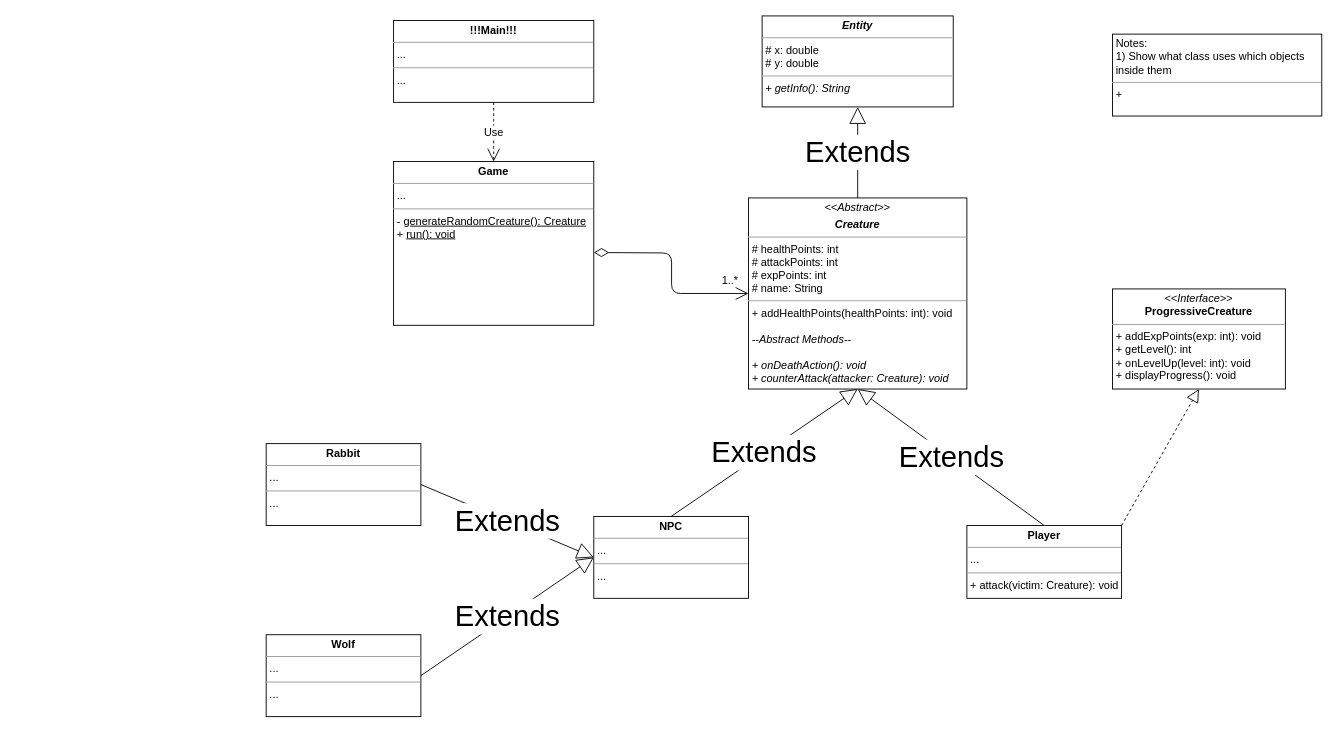
Maks0bs/OOM-game-project keeps this draw.io diagram as uml/Untitled Diagram.drawio. Above is the earlier version. Source tidied: cells renumbered, new cells numbered last; positions are measured from the earlier drawing's top-left corner, leaving out a move shared by most shapes. Both pictures are drawn from the tidied source at 91%, with x=0, y=0 at pixel (266, 15).
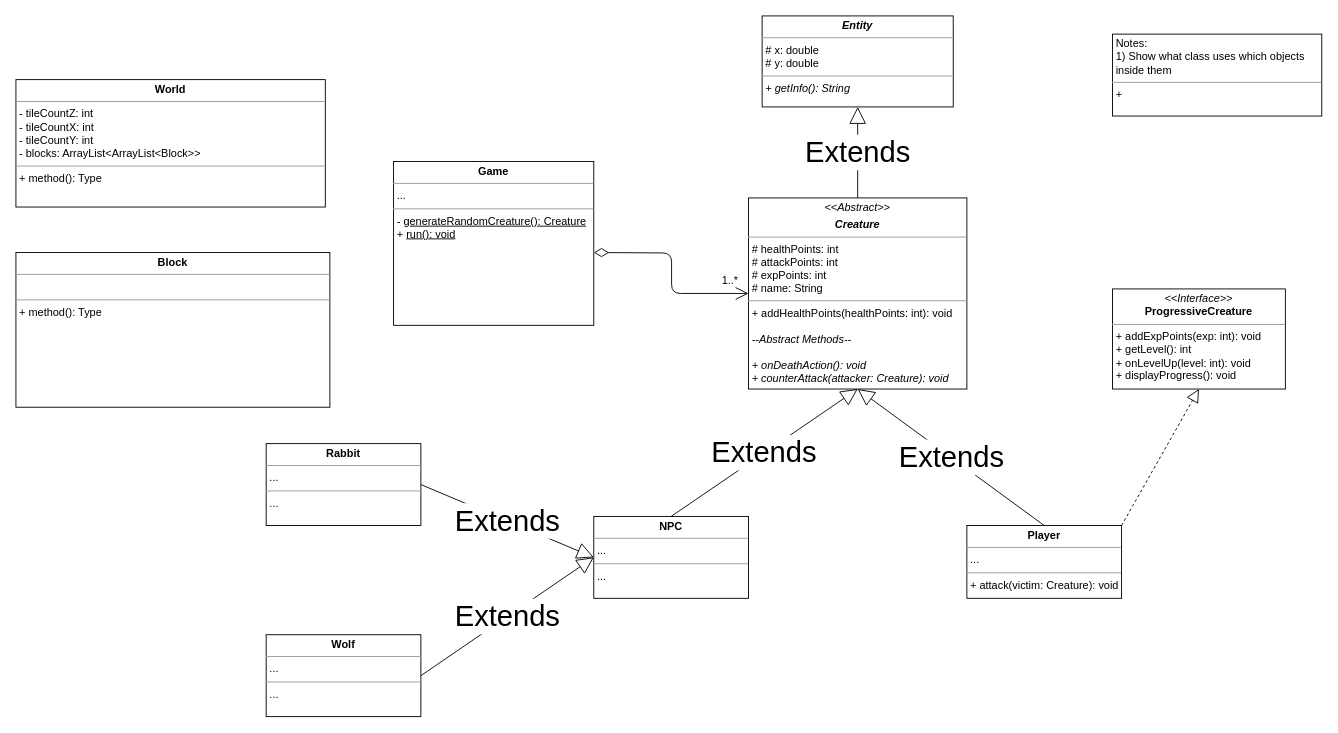
The same page after the edit.

The change refers to these unchanged cells:
```xml
<mxCell id="15" value="&lt;p style=&quot;margin: 0px ; margin-top: 4px ; text-align: center&quot;&gt;&lt;b&gt;Game&lt;/b&gt;&lt;/p&gt;&lt;hr size=&quot;1&quot;&gt;&lt;p style=&quot;margin: 0px ; margin-left: 4px&quot;&gt;...&lt;/p&gt;&lt;hr size=&quot;1&quot;&gt;&lt;p style=&quot;margin: 0px ; margin-left: 4px&quot;&gt;- &lt;u&gt;generateRandomCreature(): Creature&lt;/u&gt;&lt;/p&gt;&lt;p style=&quot;margin: 0px ; margin-left: 4px&quot;&gt;+ &lt;u&gt;run(): void&lt;/u&gt;&lt;/p&gt;" style="verticalAlign=top;align=left;overflow=fill;fontSize=12;fontFamily=Helvetica;html=1;" parent="1" vertex="1">
  <mxGeometry x="140" y="160" width="220" height="180" as="geometry" />
</mxCell>
```

The edit, as a diff of the source:
```diff
@@
-    <mxCell id="18" value="&lt;p style=&quot;margin: 0px ; margin-top: 4px ; text-align: center&quot;&gt;&lt;b&gt;!!!Main!!!&lt;/b&gt;&lt;/p&gt;&lt;hr size=&quot;1&quot;&gt;&lt;p style=&quot;margin: 0px ; margin-left: 4px&quot;&gt;...&lt;/p&gt;&lt;hr size=&quot;1&quot;&gt;&lt;p style=&quot;margin: 0px ; margin-left: 4px&quot;&gt;...&lt;/p&gt;" style="verticalAlign=top;align=left;overflow=fill;fontSize=12;fontFamily=Helvetica;html=1;" parent="1" vertex="1">
-      <mxGeometry x="140" y="5" width="220" height="90" as="geometry" />
-    </mxCell>
-    <mxCell id="19" value="Use" style="endArrow=open;endSize=12;dashed=1;html=1;fontSize=12;exitX=0.5;exitY=1;exitDx=0;exitDy=0;entryX=0.5;entryY=0;entryDx=0;entryDy=0;" parent="1" edge="1" source="18" target="15">
-      <mxGeometry relative="1" as="geometry" />
-    </mxCell>
+    <mxCell id="20" value="&lt;p style=&quot;margin: 0px ; margin-top: 4px ; text-align: center&quot;&gt;&lt;b&gt;World&lt;/b&gt;&lt;/p&gt;&lt;hr size=&quot;1&quot;&gt;&lt;p style=&quot;margin: 0px ; margin-left: 4px&quot;&gt;- tileCountZ: int&lt;/p&gt;&lt;p style=&quot;margin: 0px ; margin-left: 4px&quot;&gt;- tileCountX: int&lt;/p&gt;&lt;p style=&quot;margin: 0px ; margin-left: 4px&quot;&gt;- tileCountY: int&lt;/p&gt;&lt;p style=&quot;margin: 0px ; margin-left: 4px&quot;&gt;- blocks: ArrayList&amp;lt;ArrayList&amp;lt;Block&amp;gt;&amp;gt;&lt;/p&gt;&lt;hr size=&quot;1&quot;&gt;&lt;p style=&quot;margin: 0px ; margin-left: 4px&quot;&gt;+ method(): Type&lt;/p&gt;" style="verticalAlign=top;align=left;overflow=fill;fontSize=12;fontFamily=Helvetica;html=1;" parent="1" vertex="1">
+      <mxGeometry x="-275" y="70" width="340" height="140" as="geometry" />
+    </mxCell>
+    <mxCell id="21" value="&lt;p style=&quot;margin: 0px ; margin-top: 4px ; text-align: center&quot;&gt;&lt;b&gt;Block&lt;/b&gt;&lt;/p&gt;&lt;hr size=&quot;1&quot;&gt;&lt;p style=&quot;margin: 0px ; margin-left: 4px&quot;&gt;&lt;br&gt;&lt;/p&gt;&lt;hr size=&quot;1&quot;&gt;&lt;p style=&quot;margin: 0px ; margin-left: 4px&quot;&gt;+ method(): Type&lt;/p&gt;" style="verticalAlign=top;align=left;overflow=fill;fontSize=12;fontFamily=Helvetica;html=1;" parent="1" vertex="1">
+      <mxGeometry x="-275" y="260" width="345" height="170" as="geometry" />
+    </mxCell>
```
